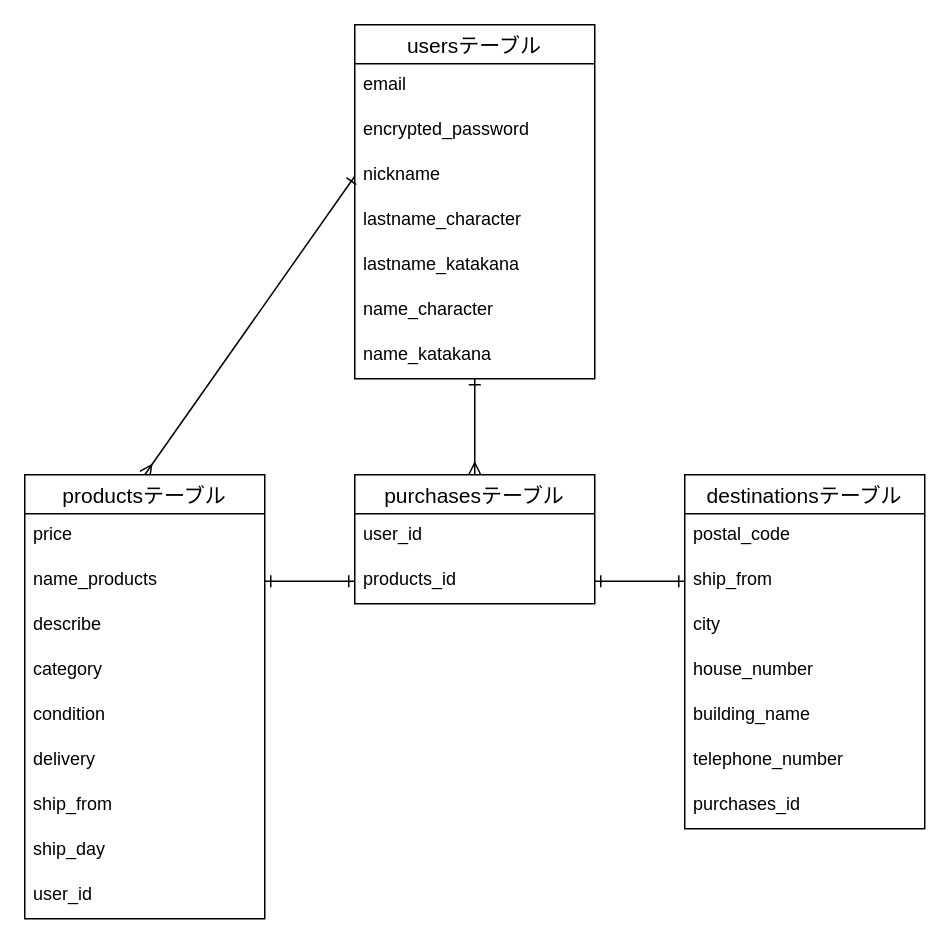
Earlier version of the draw.io diagram furima.dio (n4rei/furima-37029). Source tidied: cells renumbered, new cells numbered last; positions are measured from the earlier drawing's top-left corner, leaving out a move shared by most shapes. Both pictures are drawn from the tidied source at 150%, with x=0, y=0 at pixel (24, 24).
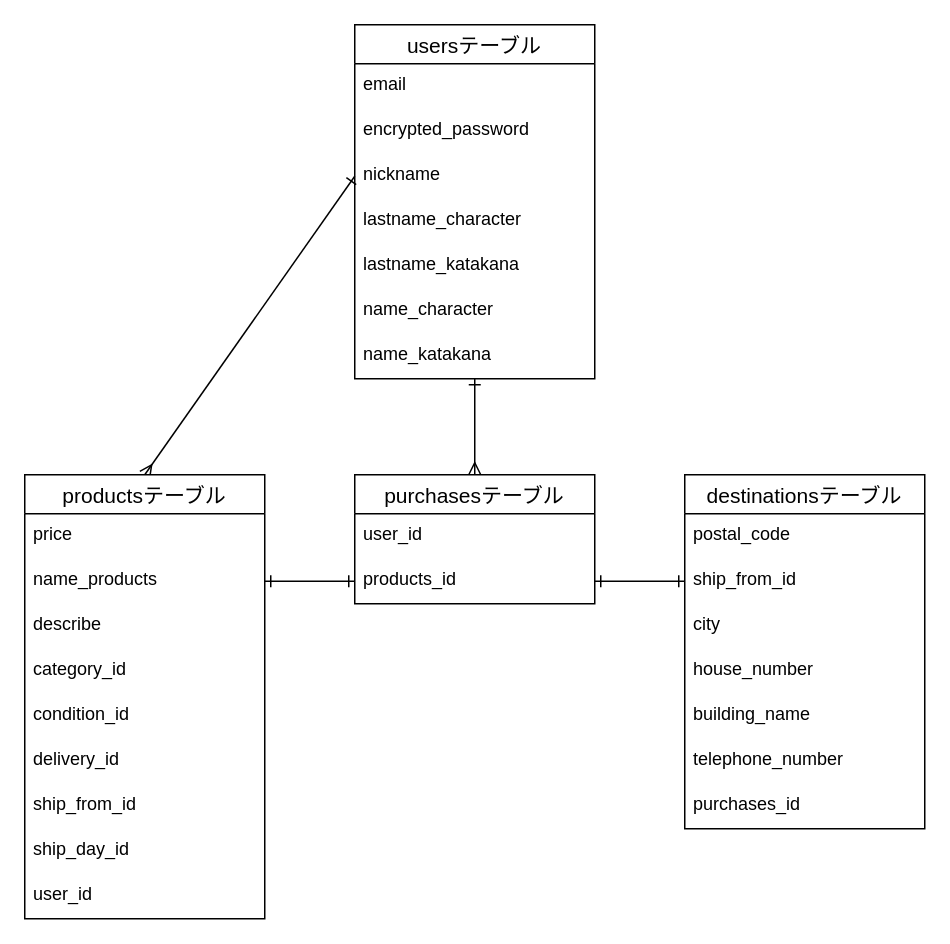
The same diagram, later.

Commit message (it also covers changes not shown here):
データベース設計_third time

Unchanged cells that the change refers to:
```xml
<mxCell id="11" value="productsテーブル" style="swimlane;fontStyle=0;horizontal=1;startSize=26;align=center;fontSize=14;" parent="1" vertex="1">
  <mxGeometry y="300" width="160" height="296" as="geometry" />
</mxCell>
<mxCell id="25" value="destinationsテーブル" style="swimlane;fontStyle=0;horizontal=1;startSize=26;align=center;fontSize=14;" parent="1" vertex="1">
  <mxGeometry x="440" y="300" width="160" height="236" as="geometry" />
</mxCell>
```

Diff of the diagram source:
```diff
@@
-    <mxCell id="15" value="category" style="text;strokeColor=none;fillColor=none;spacingLeft=4;spacingRight=4;overflow=hidden;fontSize=12;" parent="11" vertex="1">
+    <mxCell id="15" value="category_id" style="text;strokeColor=none;fillColor=none;spacingLeft=4;spacingRight=4;overflow=hidden;fontSize=12;" parent="11" vertex="1">
       <mxGeometry y="116" width="160" height="30" as="geometry" />
     </mxCell>
-    <mxCell id="16" value="condition" style="text;strokeColor=none;fillColor=none;spacingLeft=4;spacingRight=4;overflow=hidden;fontSize=12;" parent="11" vertex="1">
+    <mxCell id="16" value="condition_id" style="text;strokeColor=none;fillColor=none;spacingLeft=4;spacingRight=4;overflow=hidden;fontSize=12;" parent="11" vertex="1">
       <mxGeometry y="146" width="160" height="30" as="geometry" />
     </mxCell>
-    <mxCell id="17" value="delivery" style="text;strokeColor=none;fillColor=none;spacingLeft=4;spacingRight=4;overflow=hidden;fontSize=12;" parent="11" vertex="1">
+    <mxCell id="17" value="delivery_id" style="text;strokeColor=none;fillColor=none;spacingLeft=4;spacingRight=4;overflow=hidden;fontSize=12;" parent="11" vertex="1">
       <mxGeometry y="176" width="160" height="30" as="geometry" />
     </mxCell>
-    <mxCell id="18" value="ship_from" style="text;strokeColor=none;fillColor=none;spacingLeft=4;spacingRight=4;overflow=hidden;fontSize=12;" parent="11" vertex="1">
+    <mxCell id="18" value="ship_from_id" style="text;strokeColor=none;fillColor=none;spacingLeft=4;spacingRight=4;overflow=hidden;fontSize=12;" parent="11" vertex="1">
       <mxGeometry y="206" width="160" height="30" as="geometry" />
     </mxCell>
-    <mxCell id="19" value="ship_day" style="text;strokeColor=none;fillColor=none;spacingLeft=4;spacingRight=4;overflow=hidden;fontSize=12;" parent="11" vertex="1">
+    <mxCell id="19" value="ship_day_id" style="text;strokeColor=none;fillColor=none;spacingLeft=4;spacingRight=4;overflow=hidden;fontSize=12;" parent="11" vertex="1">
       <mxGeometry y="236" width="160" height="30" as="geometry" />
     </mxCell>
@@
-    <mxCell id="27" value="ship_from" style="text;strokeColor=none;fillColor=none;spacingLeft=4;spacingRight=4;overflow=hidden;points=[[0,0.5],[1,0.5]];portConstraint=eastwest;fontSize=12;" parent="25" vertex="1">
+    <mxCell id="27" value="ship_from_id" style="text;strokeColor=none;fillColor=none;spacingLeft=4;spacingRight=4;overflow=hidden;points=[[0,0.5],[1,0.5]];portConstraint=eastwest;fontSize=12;" parent="25" vertex="1">
       <mxGeometry y="56" width="160" height="30" as="geometry" />
     </mxCell>
```
